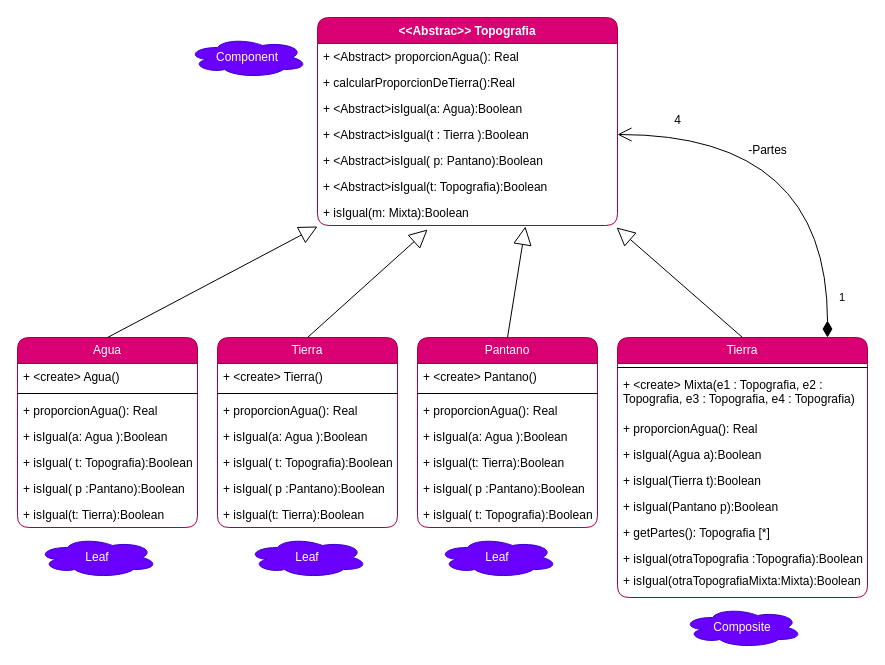
felipemassera/OrientacionObjetos2 keeps this draw.io diagram as Practicas/Modulo -1-Patrones/Ejercicio_6-Composite/UML-Ejercicio6-Composite.drawio. Above is the earlier version. Source tidied: cells renumbered, new cells numbered last; positions are measured from the earlier drawing's top-left corner, leaving out a move shared by most shapes. Both pictures are drawn from the tidied source at 100%, with x=0, y=0 at pixel (17, 17).
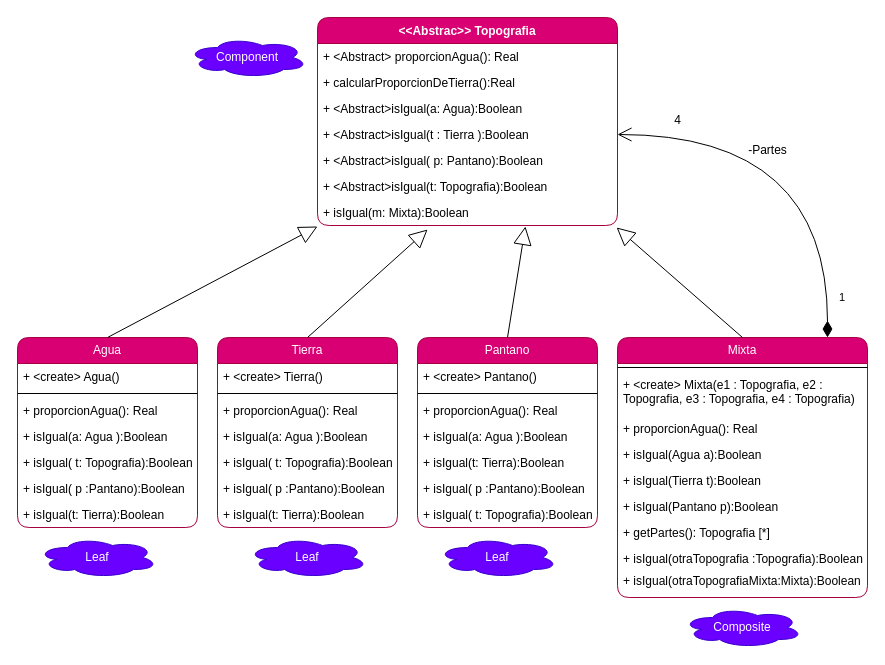
The same page after the edit.

What changed in the source:
```diff
@@
-    <mxCell id="34" value="Tierra" style="swimlane;fontStyle=0;horizontal=1;startSize=26;fillColor=#d80073;whiteSpace=wrap;html=1;rounded=1;labelBackgroundColor=none;fontColor=#ffffff;strokeColor=#A50040;" parent="1" vertex="1">
+    <mxCell id="34" value="Mixta" style="swimlane;fontStyle=0;horizontal=1;startSize=26;fillColor=#d80073;whiteSpace=wrap;html=1;rounded=1;labelBackgroundColor=none;fontColor=#ffffff;strokeColor=#A50040;" parent="1" vertex="1">
       <mxGeometry x="600" y="320" width="250" height="260" as="geometry" />
     </mxCell>
```
